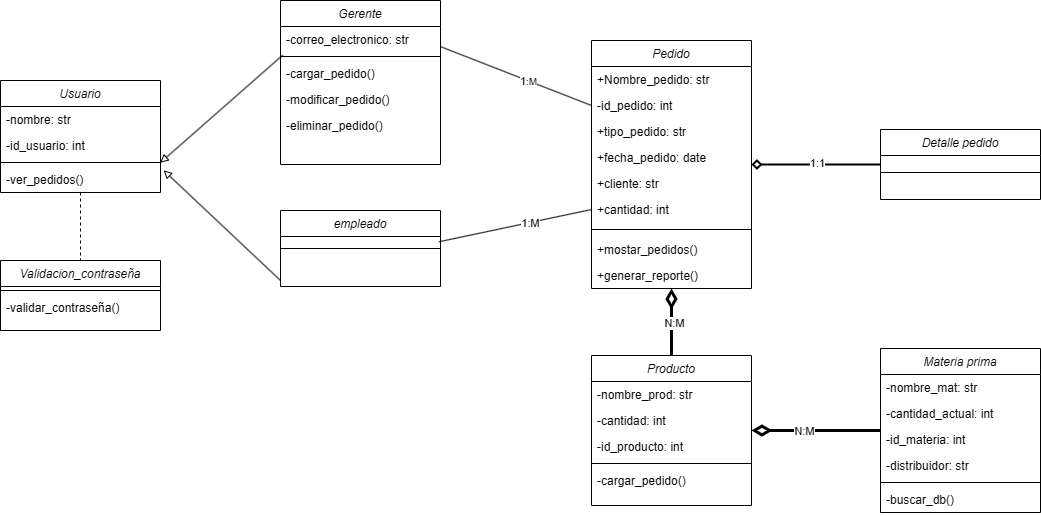
The draw.io diagram documentacionYdiagramas/Diagrama de clases.drawio.png in Lautidel8/sistema_gestor_panificadora, before a commit. Source tidied: cells renumbered, new cells last; positions are measured from the earlier drawing's top-left corner, leaving out a move shared by most shapes. The source it was exported from:
```xml
<mxGraphModel>
  <root>
    <mxCell id="0" />
    <mxCell id="1" parent="0" />
    <mxCell id="2" value="Pedido" style="swimlane;fontStyle=2;align=center;verticalAlign=top;horizontal=1;startSize=26;rounded=0;shadow=0;strokeWidth=1;" parent="1" vertex="1">
      <mxGeometry x="591" y="40" width="160" height="248" as="geometry" />
    </mxCell>
    <mxCell id="3" value="+Nombre_pedido: str" style="text;align=left;verticalAlign=top;spacingLeft=4;spacingRight=4;overflow=hidden;" parent="2" vertex="1">
      <mxGeometry y="26" width="160" height="26" as="geometry" />
    </mxCell>
    <mxCell id="4" value="-id_pedido: int" style="text;align=left;verticalAlign=top;spacingLeft=4;spacingRight=4;overflow=hidden;points=[[0,0.5],[1,0.5]];portConstraint=eastwest;" parent="2" vertex="1">
      <mxGeometry y="52" width="160" height="26" as="geometry" />
    </mxCell>
    <mxCell id="5" value="+tipo_pedido: str" style="text;align=left;verticalAlign=top;spacingLeft=4;spacingRight=4;overflow=hidden;rounded=0;shadow=0;html=0;" parent="2" vertex="1">
      <mxGeometry y="78" width="160" height="26" as="geometry" />
    </mxCell>
    <mxCell id="6" value="+fecha_pedido: date" style="text;align=left;verticalAlign=top;spacingLeft=4;spacingRight=4;overflow=hidden;rounded=0;shadow=0;html=0;" parent="2" vertex="1">
      <mxGeometry y="104" width="160" height="26" as="geometry" />
    </mxCell>
    <mxCell id="7" value="+cliente: str" style="text;align=left;verticalAlign=top;spacingLeft=4;spacingRight=4;overflow=hidden;rounded=0;shadow=0;html=0;" parent="2" vertex="1">
      <mxGeometry y="130" width="160" height="26" as="geometry" />
    </mxCell>
    <mxCell id="8" value="+cantidad: int" style="text;align=left;verticalAlign=top;spacingLeft=4;spacingRight=4;overflow=hidden;points=[[0,0.5],[1,0.5]];portConstraint=eastwest;rounded=0;shadow=0;html=0;" parent="2" vertex="1">
      <mxGeometry y="156" width="160" height="26" as="geometry" />
    </mxCell>
    <mxCell id="9" style="line;html=1;strokeWidth=1;align=left;verticalAlign=middle;spacingTop=-1;spacingLeft=3;spacingRight=3;labelPosition=right;" parent="2" vertex="1">
      <mxGeometry y="182" width="160" height="14" as="geometry" />
    </mxCell>
    <mxCell id="10" value="+mostar_pedidos()" style="text;align=left;verticalAlign=top;spacingLeft=4;spacingRight=4;overflow=hidden;" parent="2" vertex="1">
      <mxGeometry y="196" width="160" height="26" as="geometry" />
    </mxCell>
    <mxCell id="11" value="+generar_reporte()" style="text;align=left;verticalAlign=top;spacingLeft=4;spacingRight=4;overflow=hidden;" parent="2" vertex="1">
      <mxGeometry y="222" width="160" height="26" as="geometry" />
    </mxCell>
    <mxCell id="12" value="Gerente" style="swimlane;fontStyle=2;align=center;verticalAlign=top;horizontal=1;startSize=26;rounded=0;shadow=0;strokeWidth=1;" parent="1" vertex="1">
      <mxGeometry x="280" width="160" height="164" as="geometry" />
    </mxCell>
    <mxCell id="13" value="-correo_electronico: str" style="text;align=left;verticalAlign=top;spacingLeft=4;spacingRight=4;overflow=hidden;points=[[0,0.5],[1,0.5]];portConstraint=eastwest;rounded=0;shadow=0;html=0;" parent="12" vertex="1">
      <mxGeometry y="26" width="160" height="26" as="geometry" />
    </mxCell>
    <mxCell id="14" style="line;html=1;strokeWidth=1;align=left;verticalAlign=middle;spacingTop=-1;spacingLeft=3;spacingRight=3;labelPosition=right;" parent="12" vertex="1">
      <mxGeometry y="52" width="160" height="8" as="geometry" />
    </mxCell>
    <mxCell id="15" value="-cargar_pedido()" style="text;align=left;verticalAlign=top;spacingLeft=4;spacingRight=4;overflow=hidden;" parent="12" vertex="1">
      <mxGeometry y="60" width="160" height="26" as="geometry" />
    </mxCell>
    <mxCell id="16" value="-modificar_pedido()" style="text;align=left;verticalAlign=top;spacingLeft=4;spacingRight=4;overflow=hidden;" parent="12" vertex="1">
      <mxGeometry y="86" width="160" height="26" as="geometry" />
    </mxCell>
    <mxCell id="17" value="-eliminar_pedido()" style="text;align=left;verticalAlign=top;spacingLeft=4;spacingRight=4;overflow=hidden;" parent="12" vertex="1">
      <mxGeometry y="112" width="160" height="26" as="geometry" />
    </mxCell>
    <mxCell id="18" style="endArrow=none;html=1;rounded=0;exitX=1.002;exitY=0.779;exitDx=0;exitDy=0;exitPerimeter=0;entryX=0;entryY=0.5;entryDx=0;entryDy=0;endFill=0;" parent="1" edge="1" source="13" target="4">
      <mxGeometry relative="1" as="geometry" />
    </mxCell>
    <mxCell id="19" value="1&lt;font size=&quot;1&quot;&gt;:M&lt;/font&gt;" style="edgeLabel;html=1;align=center;verticalAlign=middle;" parent="18" vertex="1">
      <mxGeometry x="0.15" relative="1" as="geometry" />
    </mxCell>
    <mxCell id="20" value="empleado" style="swimlane;fontStyle=2;align=center;verticalAlign=top;horizontal=1;startSize=26;rounded=0;shadow=0;strokeWidth=1;" parent="1" vertex="1">
      <mxGeometry x="280" y="210" width="160" height="76" as="geometry" />
    </mxCell>
    <mxCell id="21" style="line;html=1;strokeWidth=1;align=left;verticalAlign=middle;spacingTop=-1;spacingLeft=3;spacingRight=3;labelPosition=right;" parent="20" vertex="1">
      <mxGeometry y="26" width="160" height="24" as="geometry" />
    </mxCell>
    <mxCell id="22" style="endArrow=none;html=1;rounded=0;exitX=0.99;exitY=0.204;exitDx=0;exitDy=0;exitPerimeter=0;entryX=0;entryY=0.5;entryDx=0;entryDy=0;endFill=0;" parent="1" edge="1" target="8">
      <mxGeometry relative="1" as="geometry">
        <mxPoint x="438.4" y="241.3" as="sourcePoint" />
      </mxGeometry>
    </mxCell>
    <mxCell id="23" value="1:M" style="edgeLabel;html=1;align=center;verticalAlign=middle;" parent="22" vertex="1">
      <mxGeometry x="0.19" relative="1" as="geometry" />
    </mxCell>
    <mxCell id="24" style="edgeStyle=orthogonalEdgeStyle;rounded=0;jettySize=auto;html=1;exitX=0.5;exitY=1;exitDx=0;exitDy=0;entryX=0.5;entryY=0;entryDx=0;entryDy=0;endArrow=none;endFill=0;dashed=1;" parent="1" edge="1" source="25" target="34">
      <mxGeometry relative="1" as="geometry" />
    </mxCell>
    <mxCell id="25" value="Usuario" style="swimlane;fontStyle=2;align=center;verticalAlign=top;horizontal=1;startSize=26;rounded=0;shadow=0;strokeWidth=1;" parent="1" vertex="1">
      <mxGeometry y="80" width="160" height="112" as="geometry" />
    </mxCell>
    <mxCell id="26" value="-nombre: str" style="text;align=left;verticalAlign=top;spacingLeft=4;spacingRight=4;overflow=hidden;" parent="25" vertex="1">
      <mxGeometry y="26" width="160" height="26" as="geometry" />
    </mxCell>
    <mxCell id="27" value="-id_usuario: int" style="text;align=left;verticalAlign=top;spacingLeft=4;spacingRight=4;overflow=hidden;rounded=0;shadow=0;html=0;" parent="25" vertex="1">
      <mxGeometry y="52" width="160" height="26" as="geometry" />
    </mxCell>
    <mxCell id="28" style="line;html=1;strokeWidth=1;align=left;verticalAlign=middle;spacingTop=-1;spacingLeft=3;spacingRight=3;labelPosition=right;" parent="25" vertex="1">
      <mxGeometry y="78" width="160" height="8" as="geometry" />
    </mxCell>
    <mxCell id="29" value="-ver_pedidos()" style="text;align=left;verticalAlign=top;spacingLeft=4;spacingRight=4;overflow=hidden;points=[[0,0.5],[1,0.5]];portConstraint=eastwest;rounded=0;shadow=0;html=0;" parent="25" vertex="1">
      <mxGeometry y="86" width="160" height="26" as="geometry" />
    </mxCell>
    <mxCell id="30" style="endArrow=block;html=1;rounded=0;entryX=1.019;entryY=0.146;entryDx=0;entryDy=0;entryPerimeter=0;endFill=0;" parent="1" edge="1" target="29">
      <mxGeometry relative="1" as="geometry">
        <mxPoint x="280" y="280" as="sourcePoint" />
      </mxGeometry>
    </mxCell>
    <mxCell id="31" style="endArrow=block;html=1;rounded=0;exitX=0.014;exitY=1.101;exitDx=0;exitDy=0;exitPerimeter=0;entryX=0.998;entryY=-0.143;entryDx=0;entryDy=0;entryPerimeter=0;endFill=0;" parent="1" edge="1" source="13" target="29">
      <mxGeometry relative="1" as="geometry" />
    </mxCell>
    <mxCell id="32" value="Detalle pedido" style="swimlane;fontStyle=2;align=center;verticalAlign=top;horizontal=1;startSize=26;rounded=0;shadow=0;strokeWidth=1;" parent="1" vertex="1">
      <mxGeometry x="880" y="129" width="160" height="70" as="geometry" />
    </mxCell>
    <mxCell id="33" style="line;html=1;strokeWidth=1;align=left;verticalAlign=middle;spacingTop=-1;spacingLeft=3;spacingRight=3;labelPosition=right;" parent="32" vertex="1">
      <mxGeometry y="26" width="160" height="34" as="geometry" />
    </mxCell>
    <mxCell id="34" value="Validacion_contraseña" style="swimlane;fontStyle=2;align=center;verticalAlign=top;horizontal=1;startSize=26;rounded=0;shadow=0;strokeWidth=1;" parent="1" vertex="1">
      <mxGeometry y="260" width="160" height="70" as="geometry" />
    </mxCell>
    <mxCell id="35" style="line;html=1;strokeWidth=1;align=left;verticalAlign=middle;spacingTop=-1;spacingLeft=3;spacingRight=3;labelPosition=right;" parent="34" vertex="1">
      <mxGeometry y="26" width="160" height="8" as="geometry" />
    </mxCell>
    <mxCell id="36" value="-validar_contraseña()" style="text;align=left;verticalAlign=top;spacingLeft=4;spacingRight=4;overflow=hidden;rounded=0;shadow=0;html=0;" parent="34" vertex="1">
      <mxGeometry y="34" width="160" height="26" as="geometry" />
    </mxCell>
    <mxCell id="37" style="edgeStyle=orthogonalEdgeStyle;rounded=0;jettySize=auto;html=1;endArrow=diamond;endFill=0;strokeWidth=2;" parent="1" edge="1" source="32" target="2">
      <mxGeometry relative="1" as="geometry" />
    </mxCell>
    <mxCell id="38" value="1:1" style="edgeLabel;html=1;align=center;verticalAlign=middle;" parent="37" vertex="1">
      <mxGeometry y="-1" relative="1" as="geometry">
        <mxPoint x="1" y="-1" as="offset" />
      </mxGeometry>
    </mxCell>
    <mxCell id="39" value="Producto" style="swimlane;fontStyle=2;align=center;verticalAlign=top;horizontal=1;startSize=26;rounded=0;shadow=0;strokeWidth=1;" parent="1" vertex="1">
      <mxGeometry x="591" y="355" width="160" height="150" as="geometry" />
    </mxCell>
    <mxCell id="40" value="-nombre_prod: str" style="text;align=left;verticalAlign=top;spacingLeft=4;spacingRight=4;overflow=hidden;rounded=0;shadow=0;html=0;" parent="39" vertex="1">
      <mxGeometry y="26" width="160" height="26" as="geometry" />
    </mxCell>
    <mxCell id="41" value="-cantidad: int" style="text;align=left;verticalAlign=top;spacingLeft=4;spacingRight=4;overflow=hidden;rounded=0;shadow=0;html=0;" parent="39" vertex="1">
      <mxGeometry y="52" width="160" height="26" as="geometry" />
    </mxCell>
    <mxCell id="42" value="-id_producto: int" style="text;align=left;verticalAlign=top;spacingLeft=4;spacingRight=4;overflow=hidden;rounded=0;shadow=0;html=0;" parent="39" vertex="1">
      <mxGeometry y="78" width="160" height="26" as="geometry" />
    </mxCell>
    <mxCell id="43" style="line;html=1;strokeWidth=1;align=left;verticalAlign=middle;spacingTop=-1;spacingLeft=3;spacingRight=3;labelPosition=right;" parent="39" vertex="1">
      <mxGeometry y="104" width="160" height="8" as="geometry" />
    </mxCell>
    <mxCell id="44" value="-cargar_pedido()" style="text;align=left;verticalAlign=top;spacingLeft=4;spacingRight=4;overflow=hidden;" parent="39" vertex="1">
      <mxGeometry y="112" width="160" height="26" as="geometry" />
    </mxCell>
    <mxCell id="45" style="endArrow=diamondThin;html=1;rounded=0;endFill=0;targetPerimeterSpacing=0;endSize=12;strokeWidth=3;" parent="1" edge="1" source="39" target="2">
      <mxGeometry relative="1" as="geometry" />
    </mxCell>
    <mxCell id="46" value="N:M" style="edgeLabel;html=1;align=center;verticalAlign=middle;" parent="45" vertex="1">
      <mxGeometry x="-0.01" y="-2" relative="1" as="geometry" />
    </mxCell>
    <mxCell id="47" value="Materia prima" style="swimlane;fontStyle=2;align=center;verticalAlign=top;horizontal=1;startSize=26;rounded=0;shadow=0;strokeWidth=1;" parent="1" vertex="1">
      <mxGeometry x="880" y="348" width="160" height="164" as="geometry" />
    </mxCell>
    <mxCell id="48" value="-nombre_mat: str" style="text;align=left;verticalAlign=top;spacingLeft=4;spacingRight=4;overflow=hidden;rounded=0;shadow=0;html=0;" parent="47" vertex="1">
      <mxGeometry y="26" width="160" height="26" as="geometry" />
    </mxCell>
    <mxCell id="49" value="-cantidad_actual: int" style="text;align=left;verticalAlign=top;spacingLeft=4;spacingRight=4;overflow=hidden;rounded=0;shadow=0;html=0;" parent="47" vertex="1">
      <mxGeometry y="52" width="160" height="26" as="geometry" />
    </mxCell>
    <mxCell id="50" value="-id_materia: int" style="text;align=left;verticalAlign=top;spacingLeft=4;spacingRight=4;overflow=hidden;rounded=0;shadow=0;html=0;" parent="47" vertex="1">
      <mxGeometry y="78" width="160" height="26" as="geometry" />
    </mxCell>
    <mxCell id="51" value="-distribuidor: str" style="text;align=left;verticalAlign=top;spacingLeft=4;spacingRight=4;overflow=hidden;rounded=0;shadow=0;html=0;" parent="47" vertex="1">
      <mxGeometry y="104" width="160" height="26" as="geometry" />
    </mxCell>
    <mxCell id="52" style="line;html=1;strokeWidth=1;align=left;verticalAlign=middle;spacingTop=-1;spacingLeft=3;spacingRight=3;labelPosition=right;" parent="47" vertex="1">
      <mxGeometry y="130" width="160" height="8" as="geometry" />
    </mxCell>
    <mxCell id="53" value="-buscar_db()" style="text;align=left;verticalAlign=top;spacingLeft=4;spacingRight=4;overflow=hidden;" parent="47" vertex="1">
      <mxGeometry y="138" width="160" height="26" as="geometry" />
    </mxCell>
    <mxCell id="54" style="endArrow=diamondThin;html=1;rounded=0;endFill=0;targetPerimeterSpacing=0;endSize=12;strokeWidth=3;" parent="1" edge="1" source="47" target="39">
      <mxGeometry relative="1" as="geometry" />
    </mxCell>
    <mxCell id="55" value="N:M" style="edgeLabel;html=1;align=center;verticalAlign=middle;" parent="54" vertex="1">
      <mxGeometry x="0.19" relative="1" as="geometry" />
    </mxCell>
  </root>
</mxGraphModel>
```
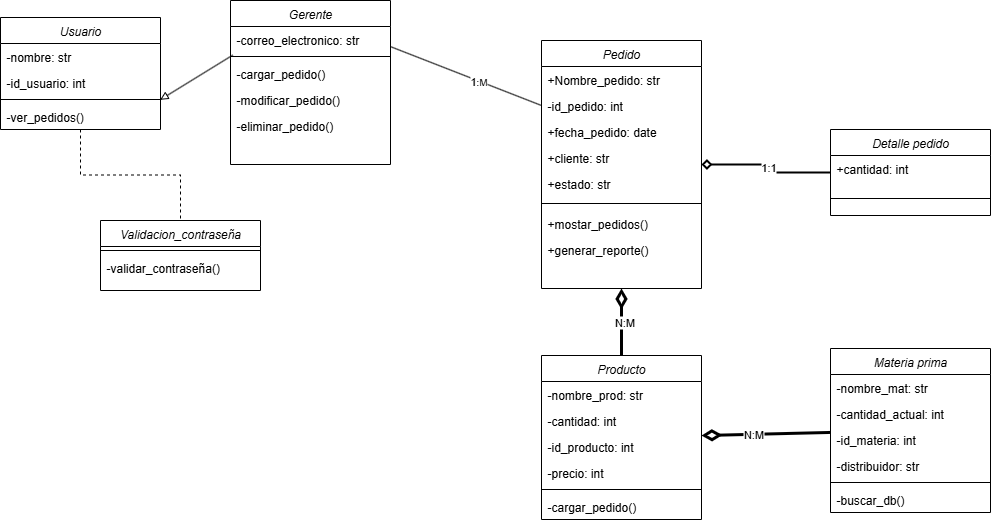
The same file after the commit.

Change to the diagram source:
```diff
@@ -11,26 +11,23 @@
     <mxCell id="4" value="-id_pedido: int" style="text;align=left;verticalAlign=top;spacingLeft=4;spacingRight=4;overflow=hidden;points=[[0,0.5],[1,0.5]];portConstraint=eastwest;" parent="2" vertex="1">
       <mxGeometry y="52" width="160" height="26" as="geometry" />
     </mxCell>
-    <mxCell id="5" value="+tipo_pedido: str" style="text;align=left;verticalAlign=top;spacingLeft=4;spacingRight=4;overflow=hidden;rounded=0;shadow=0;html=0;" parent="2" vertex="1">
-      <mxGeometry y="78" width="160" height="26" as="geometry" />
-    </mxCell>
     <mxCell id="6" value="+fecha_pedido: date" style="text;align=left;verticalAlign=top;spacingLeft=4;spacingRight=4;overflow=hidden;rounded=0;shadow=0;html=0;" parent="2" vertex="1">
-      <mxGeometry y="104" width="160" height="26" as="geometry" />
+      <mxGeometry y="78" width="160" height="26" as="geometry" />
     </mxCell>
     <mxCell id="7" value="+cliente: str" style="text;align=left;verticalAlign=top;spacingLeft=4;spacingRight=4;overflow=hidden;rounded=0;shadow=0;html=0;" parent="2" vertex="1">
-      <mxGeometry y="130" width="160" height="26" as="geometry" />
+      <mxGeometry y="104" width="160" height="26" as="geometry" />
     </mxCell>
-    <mxCell id="8" value="+cantidad: int" style="text;align=left;verticalAlign=top;spacingLeft=4;spacingRight=4;overflow=hidden;points=[[0,0.5],[1,0.5]];portConstraint=eastwest;rounded=0;shadow=0;html=0;" parent="2" vertex="1">
-      <mxGeometry y="156" width="160" height="26" as="geometry" />
-    </mxCell>
+    <mxCell id="56" value="+estado: str" style="text;align=left;verticalAlign=top;spacingLeft=4;spacingRight=4;overflow=hidden;" parent="2" vertex="1">
+      <mxGeometry y="130" width="160" height="26" as="geometry" />
+    </mxCell>
     <mxCell id="9" style="line;html=1;strokeWidth=1;align=left;verticalAlign=middle;spacingTop=-1;spacingLeft=3;spacingRight=3;labelPosition=right;" parent="2" vertex="1">
-      <mxGeometry y="182" width="160" height="14" as="geometry" />
+      <mxGeometry y="156" width="160" height="14" as="geometry" />
     </mxCell>
     <mxCell id="10" value="+mostar_pedidos()" style="text;align=left;verticalAlign=top;spacingLeft=4;spacingRight=4;overflow=hidden;" parent="2" vertex="1">
-      <mxGeometry y="196" width="160" height="26" as="geometry" />
+      <mxGeometry y="170" width="160" height="26" as="geometry" />
     </mxCell>
     <mxCell id="11" value="+generar_reporte()" style="text;align=left;verticalAlign=top;spacingLeft=4;spacingRight=4;overflow=hidden;" parent="2" vertex="1">
-      <mxGeometry y="222" width="160" height="26" as="geometry" />
+      <mxGeometry y="196" width="160" height="26" as="geometry" />
     </mxCell>
     <mxCell id="12" value="Gerente" style="swimlane;fontStyle=2;align=center;verticalAlign=top;horizontal=1;startSize=26;rounded=0;shadow=0;strokeWidth=1;" parent="1" vertex="1">
       <mxGeometry x="280" width="160" height="164" as="geometry" />
@@ -56,25 +53,11 @@
     <mxCell id="19" value="1&lt;font size=&quot;1&quot;&gt;:M&lt;/font&gt;" style="edgeLabel;html=1;align=center;verticalAlign=middle;" parent="18" vertex="1">
       <mxGeometry x="0.15" relative="1" as="geometry" />
     </mxCell>
-    <mxCell id="20" value="empleado" style="swimlane;fontStyle=2;align=center;verticalAlign=top;horizontal=1;startSize=26;rounded=0;shadow=0;strokeWidth=1;" parent="1" vertex="1">
-      <mxGeometry x="280" y="210" width="160" height="76" as="geometry" />
-    </mxCell>
-    <mxCell id="21" style="line;html=1;strokeWidth=1;align=left;verticalAlign=middle;spacingTop=-1;spacingLeft=3;spacingRight=3;labelPosition=right;" parent="20" vertex="1">
-      <mxGeometry y="26" width="160" height="24" as="geometry" />
-    </mxCell>
-    <mxCell id="22" style="endArrow=none;html=1;rounded=0;exitX=0.99;exitY=0.204;exitDx=0;exitDy=0;exitPerimeter=0;entryX=0;entryY=0.5;entryDx=0;entryDy=0;endFill=0;" parent="1" edge="1" target="8">
-      <mxGeometry relative="1" as="geometry">
-        <mxPoint x="438.4" y="241.3" as="sourcePoint" />
-      </mxGeometry>
-    </mxCell>
-    <mxCell id="23" value="1:M" style="edgeLabel;html=1;align=center;verticalAlign=middle;" parent="22" vertex="1">
-      <mxGeometry x="0.19" relative="1" as="geometry" />
-    </mxCell>
     <mxCell id="24" style="edgeStyle=orthogonalEdgeStyle;rounded=0;jettySize=auto;html=1;exitX=0.5;exitY=1;exitDx=0;exitDy=0;entryX=0.5;entryY=0;entryDx=0;entryDy=0;endArrow=none;endFill=0;dashed=1;" parent="1" edge="1" source="25" target="34">
       <mxGeometry relative="1" as="geometry" />
     </mxCell>
     <mxCell id="25" value="Usuario" style="swimlane;fontStyle=2;align=center;verticalAlign=top;horizontal=1;startSize=26;rounded=0;shadow=0;strokeWidth=1;" parent="1" vertex="1">
-      <mxGeometry y="80" width="160" height="112" as="geometry" />
+      <mxGeometry x="50" y="17" width="160" height="112" as="geometry" />
     </mxCell>
     <mxCell id="26" value="-nombre: str" style="text;align=left;verticalAlign=top;spacingLeft=4;spacingRight=4;overflow=hidden;" parent="25" vertex="1">
       <mxGeometry y="26" width="160" height="26" as="geometry" />
@@ -88,22 +71,20 @@
     <mxCell id="29" value="-ver_pedidos()" style="text;align=left;verticalAlign=top;spacingLeft=4;spacingRight=4;overflow=hidden;points=[[0,0.5],[1,0.5]];portConstraint=eastwest;rounded=0;shadow=0;html=0;" parent="25" vertex="1">
       <mxGeometry y="86" width="160" height="26" as="geometry" />
     </mxCell>
-    <mxCell id="30" style="endArrow=block;html=1;rounded=0;entryX=1.019;entryY=0.146;entryDx=0;entryDy=0;entryPerimeter=0;endFill=0;" parent="1" edge="1" target="29">
-      <mxGeometry relative="1" as="geometry">
-        <mxPoint x="280" y="280" as="sourcePoint" />
-      </mxGeometry>
-    </mxCell>
     <mxCell id="31" style="endArrow=block;html=1;rounded=0;exitX=0.014;exitY=1.101;exitDx=0;exitDy=0;exitPerimeter=0;entryX=0.998;entryY=-0.143;entryDx=0;entryDy=0;entryPerimeter=0;endFill=0;" parent="1" edge="1" source="13" target="29">
       <mxGeometry relative="1" as="geometry" />
     </mxCell>
     <mxCell id="32" value="Detalle pedido" style="swimlane;fontStyle=2;align=center;verticalAlign=top;horizontal=1;startSize=26;rounded=0;shadow=0;strokeWidth=1;" parent="1" vertex="1">
-      <mxGeometry x="880" y="129" width="160" height="70" as="geometry" />
+      <mxGeometry x="880" y="129" width="160" height="86" as="geometry" />
     </mxCell>
+    <mxCell id="8" value="+cantidad: int" style="text;align=left;verticalAlign=top;spacingLeft=4;spacingRight=4;overflow=hidden;points=[[0,0.5],[1,0.5]];portConstraint=eastwest;rounded=0;shadow=0;html=0;" parent="32" vertex="1">
+      <mxGeometry y="26" width="160" height="26" as="geometry" />
+    </mxCell>
     <mxCell id="33" style="line;html=1;strokeWidth=1;align=left;verticalAlign=middle;spacingTop=-1;spacingLeft=3;spacingRight=3;labelPosition=right;" parent="32" vertex="1">
-      <mxGeometry y="26" width="160" height="34" as="geometry" />
+      <mxGeometry y="52" width="160" height="34" as="geometry" />
     </mxCell>
     <mxCell id="34" value="Validacion_contraseña" style="swimlane;fontStyle=2;align=center;verticalAlign=top;horizontal=1;startSize=26;rounded=0;shadow=0;strokeWidth=1;" parent="1" vertex="1">
-      <mxGeometry y="260" width="160" height="70" as="geometry" />
+      <mxGeometry x="150" y="220" width="160" height="70" as="geometry" />
     </mxCell>
     <mxCell id="35" style="line;html=1;strokeWidth=1;align=left;verticalAlign=middle;spacingTop=-1;spacingLeft=3;spacingRight=3;labelPosition=right;" parent="34" vertex="1">
       <mxGeometry y="26" width="160" height="8" as="geometry" />
@@ -120,7 +101,7 @@
       </mxGeometry>
     </mxCell>
     <mxCell id="39" value="Producto" style="swimlane;fontStyle=2;align=center;verticalAlign=top;horizontal=1;startSize=26;rounded=0;shadow=0;strokeWidth=1;" parent="1" vertex="1">
-      <mxGeometry x="591" y="355" width="160" height="150" as="geometry" />
+      <mxGeometry x="591" y="355" width="160" height="164" as="geometry" />
     </mxCell>
     <mxCell id="40" value="-nombre_prod: str" style="text;align=left;verticalAlign=top;spacingLeft=4;spacingRight=4;overflow=hidden;rounded=0;shadow=0;html=0;" parent="39" vertex="1">
       <mxGeometry y="26" width="160" height="26" as="geometry" />
@@ -131,11 +112,14 @@
     <mxCell id="42" value="-id_producto: int" style="text;align=left;verticalAlign=top;spacingLeft=4;spacingRight=4;overflow=hidden;rounded=0;shadow=0;html=0;" parent="39" vertex="1">
       <mxGeometry y="78" width="160" height="26" as="geometry" />
     </mxCell>
+    <mxCell id="57" value="-precio: int" style="text;align=left;verticalAlign=top;spacingLeft=4;spacingRight=4;overflow=hidden;rounded=0;shadow=0;html=0;" parent="39" vertex="1">
+      <mxGeometry y="104" width="160" height="26" as="geometry" />
+    </mxCell>
     <mxCell id="43" style="line;html=1;strokeWidth=1;align=left;verticalAlign=middle;spacingTop=-1;spacingLeft=3;spacingRight=3;labelPosition=right;" parent="39" vertex="1">
-      <mxGeometry y="104" width="160" height="8" as="geometry" />
+      <mxGeometry y="130" width="160" height="8" as="geometry" />
     </mxCell>
     <mxCell id="44" value="-cargar_pedido()" style="text;align=left;verticalAlign=top;spacingLeft=4;spacingRight=4;overflow=hidden;" parent="39" vertex="1">
-      <mxGeometry y="112" width="160" height="26" as="geometry" />
+      <mxGeometry y="138" width="160" height="26" as="geometry" />
     </mxCell>
     <mxCell id="45" style="endArrow=diamondThin;html=1;rounded=0;endFill=0;targetPerimeterSpacing=0;endSize=12;strokeWidth=3;" parent="1" edge="1" source="39" target="2">
       <mxGeometry relative="1" as="geometry" />
```
